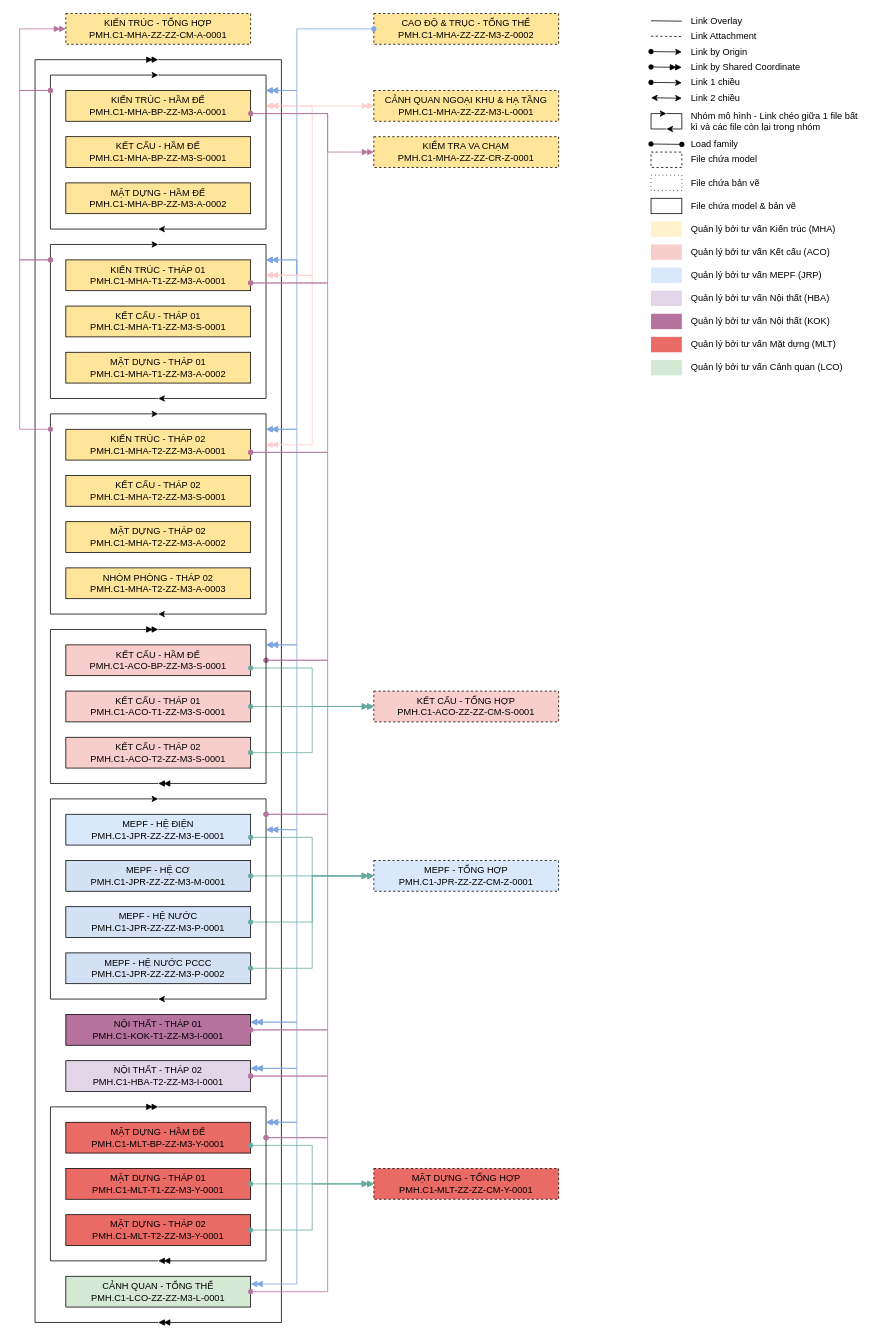
Trinity248/DrawIO keeps this draw.io diagram as C1_Federated Model Diagram.drawio. Above is the earlier version. Source tidied: cells renumbered, new cells numbered last; positions are measured from the earlier drawing's top-left corner, leaving out a move shared by most shapes. Both pictures are drawn from the tidied source at 77%, with x=0, y=0 at pixel (19, 13).
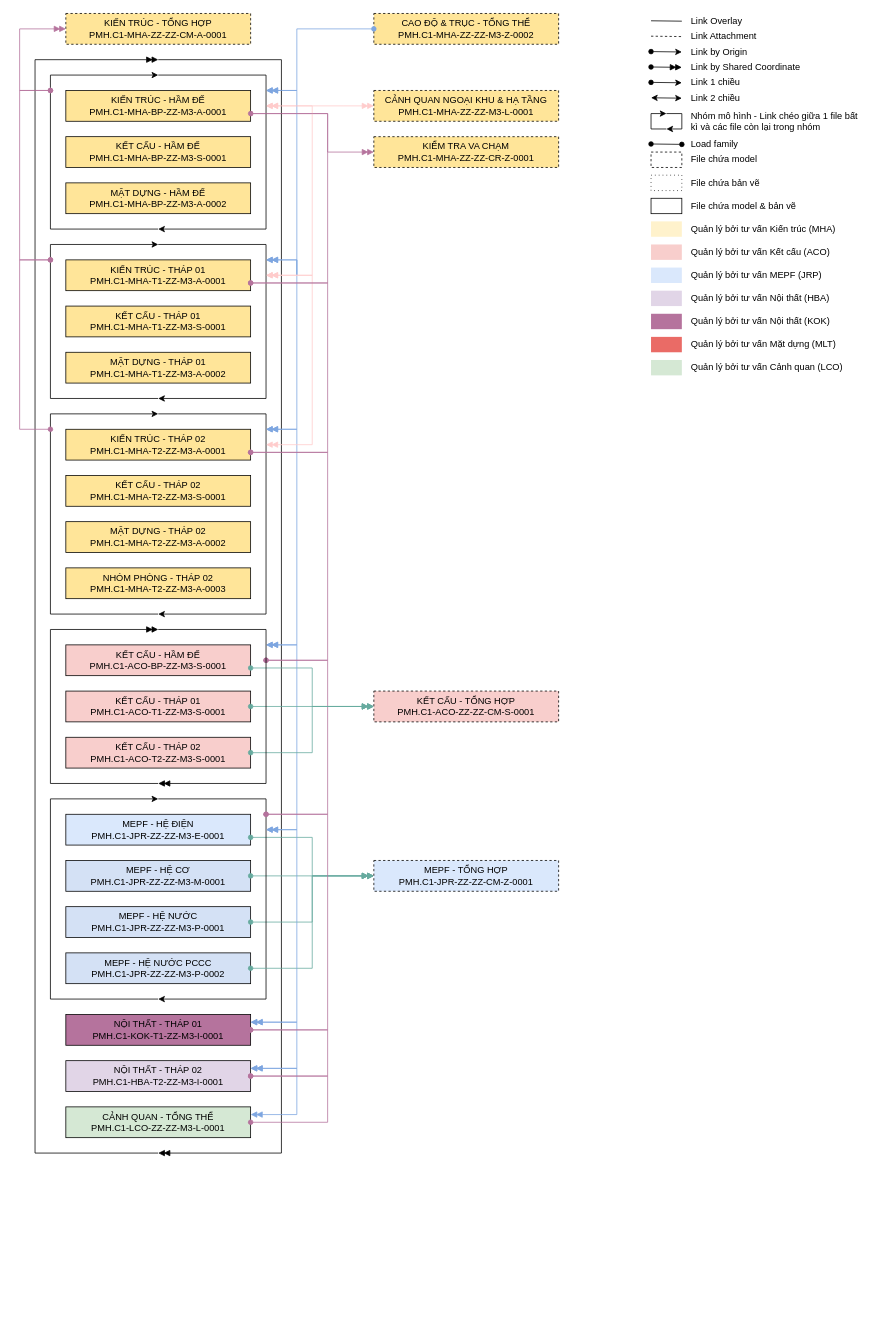
The same page after the edit.

Unchanged cells that the change refers to:
```xml
<mxCell id="82" value="&lt;div&gt;NỘI THẤT - THÁP 02&lt;/div&gt;&lt;div&gt;PMH.C1-HBA-T2-ZZ-M3-I-0001&lt;/div&gt;" style="rounded=0;whiteSpace=wrap;html=1;fillColor=#e1d5e7;strokeColor=#000000;" parent="1" vertex="1">
  <mxGeometry x="60" y="1360" width="240" height="40" as="geometry" />
</mxCell>
```

What changed in the source:
```diff
@@
-    <mxCell id="9" value="&lt;div&gt;MẶT DỰNG - THÁP 02&lt;/div&gt;&lt;div&gt;PMH.C1-MLT-T2-ZZ-M3-Y-0001&lt;/div&gt;" style="rounded=0;whiteSpace=wrap;html=1;fillColor=#EA6B66;strokeColor=#000000;" parent="1" vertex="1">
-      <mxGeometry x="60" y="1560" width="240" height="40" as="geometry" />
-    </mxCell>
     <mxCell id="10" value="&lt;div&gt;CẢNH QUAN - TỔNG THỂ&lt;/div&gt;&lt;div&gt;PMH.C1-LCO-ZZ-ZZ-M3-L-0001&lt;/div&gt;" style="rounded=0;whiteSpace=wrap;html=1;fillColor=#d5e8d4;strokeColor=#000000;" parent="1" vertex="1">
-      <mxGeometry x="60" y="1640" width="240" height="40" as="geometry" />
+      <mxGeometry x="60" y="1420" width="240" height="40" as="geometry" />
     </mxCell>
@@
     <mxCell id="62" style="endArrow=doubleBlock;html=1;rounded=0;endFill=1;" parent="1" edge="1">
       <mxGeometry relative="1" as="geometry">
-        <mxPoint x="180" y="1700" as="sourcePoint" />
+        <mxPoint x="180" y="1480" as="sourcePoint" />
         <mxPoint x="180" y="60" as="targetPoint" />
         <Array as="points">
-          <mxPoint x="20" y="1700" />
+          <mxPoint x="20" y="1480" />
           <mxPoint x="20" y="60" />
         </Array>
       </mxGeometry>
     </mxCell>
     <mxCell id="63" style="endArrow=doubleBlock;html=1;rounded=0;endFill=1;" parent="1" edge="1">
       <mxGeometry relative="1" as="geometry">
         <mxPoint x="180" y="60" as="sourcePoint" />
-        <mxPoint x="180" y="1700" as="targetPoint" />
+        <mxPoint x="180" y="1480" as="targetPoint" />
         <Array as="points">
           <mxPoint x="340" y="60" />
-          <mxPoint x="340" y="1700" />
+          <mxPoint x="340" y="1480" />
         </Array>
       </mxGeometry>
     </mxCell>
@@
-    <mxCell id="83" value="&lt;div&gt;MẶT DỰNG - HẦM ĐẾ&lt;/div&gt;&lt;div&gt;PMH.C1-MLT-BP-ZZ-M3-Y-0001&lt;/div&gt;" style="rounded=0;whiteSpace=wrap;html=1;fillColor=#EA6B66;strokeColor=#000000;" parent="1" vertex="1">
-      <mxGeometry x="60" y="1440" width="240" height="40" as="geometry" />
-    </mxCell>
-    <mxCell id="84" style="edgeStyle=orthogonalEdgeStyle;rounded=0;jettySize=auto;html=1;exitX=1;exitY=0.75;exitDx=0;exitDy=0;entryX=0;entryY=0.5;entryDx=0;entryDy=0;endArrow=doubleBlock;endFill=1;startArrow=oval;startFill=1;strokeColor=#67AB9F;" parent="1" edge="1" source="83" target="116">
-      <mxGeometry relative="1" as="geometry" />
-    </mxCell>
-    <mxCell id="85" value="&lt;div&gt;MẶT DỰNG - THÁP 01&lt;/div&gt;&lt;div&gt;PMH.C1-MLT-T1-ZZ-M3-Y-0001&lt;/div&gt;" style="rounded=0;whiteSpace=wrap;html=1;fillColor=#EA6B66;strokeColor=#000000;" parent="1" vertex="1">
-      <mxGeometry x="60" y="1500" width="240" height="40" as="geometry" />
-    </mxCell>
-    <mxCell id="86" style="edgeStyle=orthogonalEdgeStyle;rounded=0;jettySize=auto;html=1;exitX=1;exitY=0.5;exitDx=0;exitDy=0;entryX=0;entryY=0.5;entryDx=0;entryDy=0;endArrow=doubleBlock;endFill=1;startArrow=oval;startFill=1;strokeColor=#67AB9F;" parent="1" edge="1" source="85" target="116">
-      <mxGeometry relative="1" as="geometry" />
-    </mxCell>
-    <mxCell id="87" style="edgeStyle=orthogonalEdgeStyle;rounded=0;jettySize=auto;html=1;exitX=1;exitY=0.5;exitDx=0;exitDy=0;entryX=0;entryY=0.5;entryDx=0;entryDy=0;endArrow=doubleBlock;endFill=1;startArrow=oval;startFill=1;strokeColor=#67AB9F;" parent="1" edge="1" source="9" target="116">
-      <mxGeometry relative="1" as="geometry" />
-    </mxCell>
@@
-    <mxCell id="89" style="endArrow=doubleBlock;html=1;rounded=0;endFill=1;" parent="1" edge="1">
-      <mxGeometry relative="1" as="geometry">
-        <mxPoint x="180" y="1620" as="sourcePoint" />
-        <mxPoint x="180" y="1420" as="targetPoint" />
-        <Array as="points">
-          <mxPoint x="40" y="1620" />
-          <mxPoint x="40" y="1420" />
-        </Array>
-      </mxGeometry>
-    </mxCell>
-    <mxCell id="90" style="endArrow=doubleBlock;html=1;rounded=0;endFill=1;" parent="1" edge="1">
-      <mxGeometry relative="1" as="geometry">
-        <mxPoint x="180" y="1420" as="sourcePoint" />
-        <mxPoint x="180" y="1620" as="targetPoint" />
-        <Array as="points">
-          <mxPoint x="320" y="1420" />
-          <mxPoint x="320" y="1620" />
-        </Array>
-      </mxGeometry>
-    </mxCell>
@@
-    <mxCell id="97" style="endArrow=doubleBlock;startArrow=doubleBlock;html=1;rounded=0;endFill=1;startFill=1;strokeColor=#7EA6E0;exitX=1;exitY=0.25;exitDx=0;exitDy=0;" parent="1" edge="1" source="82">
+    <mxCell id="97" style="endArrow=doubleBlock;startArrow=doubleBlock;html=1;rounded=0;endFill=1;startFill=1;strokeColor=#7EA6E0;exitX=1;exitY=0.25;exitDx=0;exitDy=0;entryX=1;entryY=0.25;entryDx=0;entryDy=0;" parent="1" edge="1" source="82" target="10">
       <mxGeometry relative="1" as="geometry">
-        <mxPoint x="320" y="1440" as="targetPoint" />
         <Array as="points">
           <mxPoint x="360" y="1370" />
-          <mxPoint x="360" y="1440" />
+          <mxPoint x="360" y="1430" />
         </Array>
       </mxGeometry>
     </mxCell>
-    <mxCell id="98" style="endArrow=doubleBlock;startArrow=doubleBlock;html=1;rounded=0;endFill=1;startFill=1;strokeColor=#7EA6E0;entryX=1;entryY=0.25;entryDx=0;entryDy=0;" parent="1" edge="1" target="10">
-      <mxGeometry relative="1" as="geometry">
-        <mxPoint x="320" y="1440" as="sourcePoint" />
-        <Array as="points">
-          <mxPoint x="360" y="1440" />
-          <mxPoint x="360" y="1650" />
-        </Array>
-      </mxGeometry>
-    </mxCell>
@@
-    <mxCell id="108" style="edgeStyle=orthogonalEdgeStyle;rounded=0;jettySize=auto;html=1;strokeColor=#B5739D;endArrow=oval;endFill=1;startArrow=oval;startFill=1;entryX=1;entryY=0.5;entryDx=0;entryDy=0;" parent="1" edge="1" target="82">
+    <mxCell id="108" style="edgeStyle=orthogonalEdgeStyle;rounded=0;jettySize=auto;html=1;strokeColor=#B5739D;endArrow=oval;endFill=1;startArrow=oval;startFill=1;entryX=1;entryY=0.5;entryDx=0;entryDy=0;exitX=1;exitY=0.5;exitDx=0;exitDy=0;" parent="1" edge="1" source="10" target="82">
       <mxGeometry relative="1" as="geometry">
-        <mxPoint x="320" y="1460" as="sourcePoint" />
         <Array as="points">
-          <mxPoint x="400" y="1460" />
+          <mxPoint x="400" y="1440" />
           <mxPoint x="400" y="1380" />
         </Array>
       </mxGeometry>
     </mxCell>
-    <mxCell id="109" style="edgeStyle=orthogonalEdgeStyle;rounded=0;jettySize=auto;html=1;strokeColor=#B5739D;endArrow=oval;endFill=1;startArrow=oval;startFill=1;exitX=1;exitY=0.5;exitDx=0;exitDy=0;" parent="1" edge="1" source="10">
-      <mxGeometry relative="1" as="geometry">
-        <mxPoint x="320" y="1460" as="targetPoint" />
-        <Array as="points">
-          <mxPoint x="400" y="1660" />
-          <mxPoint x="400" y="1460" />
-        </Array>
-      </mxGeometry>
-    </mxCell>
@@
-    <mxCell id="116" value="&lt;div&gt;MẶT DỰNG - TỔNG HỢP&lt;/div&gt;&lt;div&gt;PMH.C1-MLT-ZZ-ZZ-CM-Y-0001&lt;/div&gt;" style="rounded=0;whiteSpace=wrap;html=1;fillColor=#EA6B66;strokeColor=#000000;dashed=1;" parent="1" vertex="1">
-      <mxGeometry x="460" y="1500" width="240" height="40" as="geometry" />
-    </mxCell>
```
